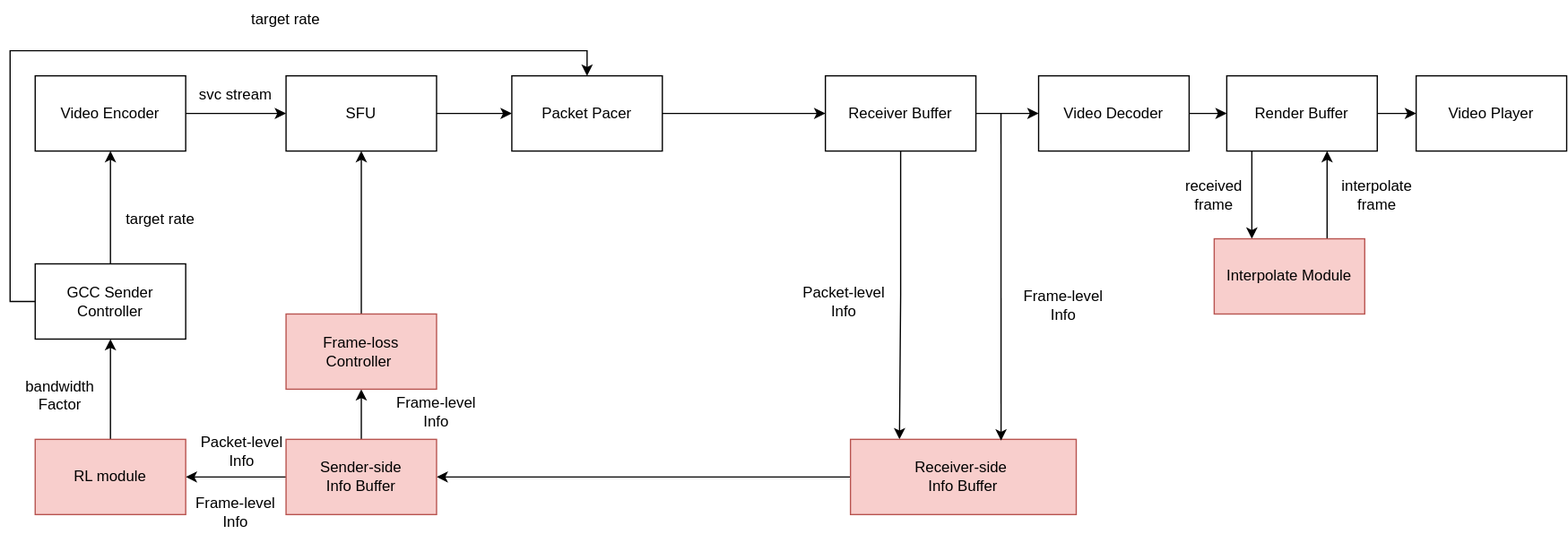
Before: system.drawio.svg, a diagram exported from draw.io (xiaosayin/c-educoder). Source tidied: cells renumbered, new cells last; positions are measured from the earlier drawing's top-left corner, leaving out a move shared by most shapes.
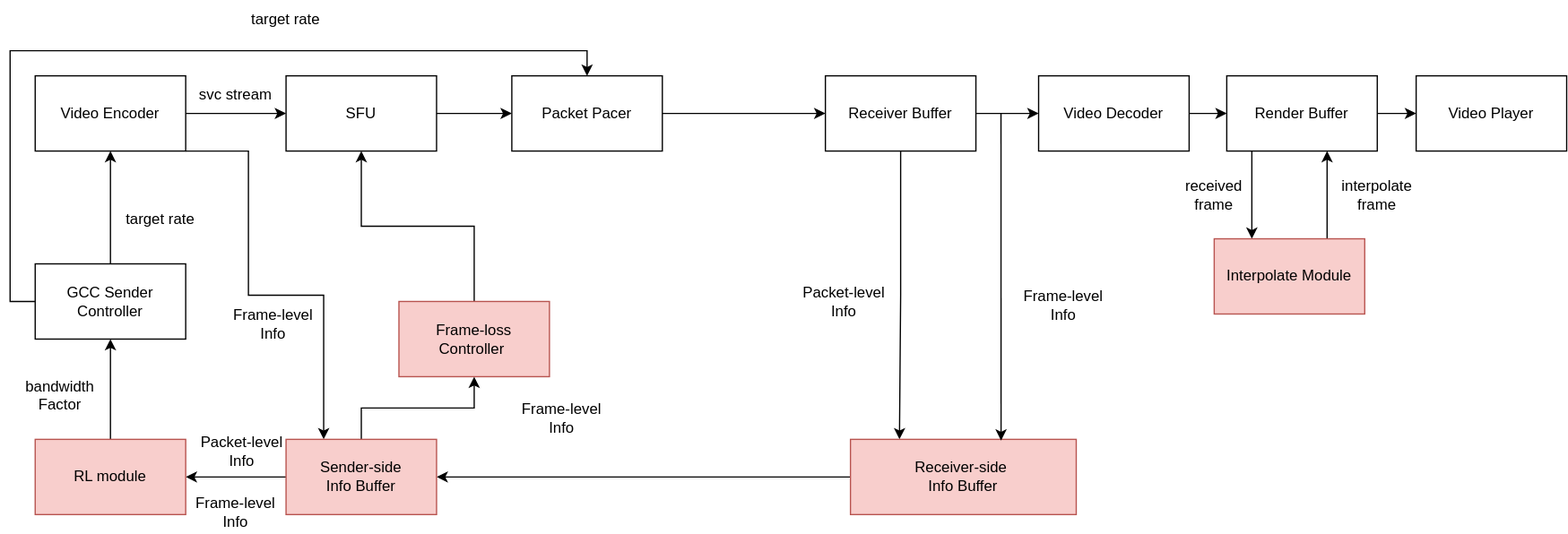
Later version of the same file.

Change to the diagram source:
```diff
@@ -5,6 +5,15 @@
     <mxCell id="2" style="edgeStyle=orthogonalEdgeStyle;rounded=0;jettySize=auto;html=1;" parent="1" edge="1" source="3" target="5">
       <mxGeometry relative="1" as="geometry" />
     </mxCell>
+    <mxCell id="43" style="edgeStyle=orthogonalEdgeStyle;rounded=0;jettySize=auto;html=1;exitX=1;exitY=1;exitDx=0;exitDy=0;entryX=0.25;entryY=0;entryDx=0;entryDy=0;" parent="1" edge="1" source="3" target="29">
+      <mxGeometry relative="1" as="geometry">
+        <Array as="points">
+          <mxPoint x="180" y="120" />
+          <mxPoint x="180" y="235" />
+          <mxPoint x="240" y="235" />
+        </Array>
+      </mxGeometry>
+    </mxCell>
     <mxCell id="3" value="Video Encoder" style="rounded=0;whiteSpace=wrap;html=1;" parent="1" vertex="1">
       <mxGeometry x="10" y="60" width="120" height="60" as="geometry" />
     </mxCell>
@@ -107,10 +116,10 @@
       <mxGeometry relative="1" as="geometry" />
     </mxCell>
     <mxCell id="31" value="Frame-loss Controller&amp;nbsp;" style="rounded=0;whiteSpace=wrap;html=1;fillColor=#f8cecc;strokeColor=#b85450;" parent="1" vertex="1">
-      <mxGeometry x="210" y="250" width="120" height="60" as="geometry" />
+      <mxGeometry x="300" y="240" width="120" height="60" as="geometry" />
     </mxCell>
     <mxCell id="32" value="Frame-level&lt;br&gt;Info" style="text;html=1;strokeColor=none;fillColor=none;align=center;verticalAlign=middle;whiteSpace=wrap;rounded=0;" parent="1" vertex="1">
-      <mxGeometry x="280" y="310" width="100" height="35" as="geometry" />
+      <mxGeometry x="380" y="315" width="100" height="35" as="geometry" />
     </mxCell>
     <mxCell id="33" style="edgeStyle=orthogonalEdgeStyle;rounded=0;jettySize=auto;html=1;" parent="1" edge="1" source="34" target="39">
       <mxGeometry relative="1" as="geometry" />
@@ -142,5 +151,8 @@
     <mxCell id="42" value="target rate" style="text;html=1;strokeColor=none;fillColor=none;align=center;verticalAlign=middle;whiteSpace=wrap;rounded=0;" parent="1" vertex="1">
       <mxGeometry x="180" width="60" height="30" as="geometry" />
     </mxCell>
+    <mxCell id="44" value="Frame-level&lt;br&gt;Info" style="text;html=1;strokeColor=none;fillColor=none;align=center;verticalAlign=middle;whiteSpace=wrap;rounded=0;" parent="1" vertex="1">
+      <mxGeometry x="150" y="240" width="100" height="35" as="geometry" />
+    </mxCell>
   </root>
 </mxGraphModel>
```
